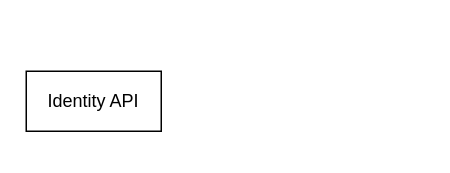
This is Untitled Diagram.drawio from pterrajkumar/Kanglei, a draw.io file, before an edit. Source tidied: cells renumbered, new cells numbered last; positions are measured from the earlier drawing's top-left corner, leaving out a move shared by most shapes. Both pictures are drawn from the tidied source at 150%, with x=0, y=0 at pixel (26, 70).
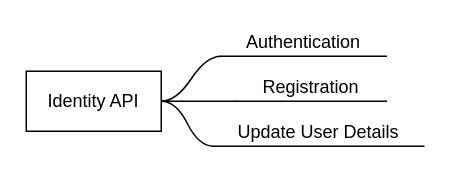
After the change.

What changed in the source:
```diff
@@
 <mxGraphModel>
   <root>
     <mxCell id="0" />
     <mxCell id="1" parent="0" />
     <mxCell id="2" value="Identity API" style="rounded=0;whiteSpace=wrap;html=1;" parent="1" vertex="1">
       <mxGeometry width="90" height="40" as="geometry" />
     </mxCell>
+    <mxCell id="3" value="Authentication" style="whiteSpace=wrap;html=1;shape=partialRectangle;top=0;left=0;bottom=1;right=0;points=[[0,1],[1,1]];strokeColor=#000000;fillColor=none;align=center;verticalAlign=bottom;routingCenterY=0.5;snapToPoint=1;" parent="1" vertex="1">
+      <mxGeometry x="130" y="-30" width="110" height="20" as="geometry" />
+    </mxCell>
+    <mxCell id="4" style="edgeStyle=entityRelationEdgeStyle;startArrow=none;endArrow=none;segment=10;curved=1;exitX=1;exitY=0.5;exitDx=0;exitDy=0;" parent="1" edge="1" source="2" target="3">
+      <mxGeometry relative="1" as="geometry" />
+    </mxCell>
+    <mxCell id="5" value="Registration" style="whiteSpace=wrap;html=1;shape=partialRectangle;top=0;left=0;bottom=1;right=0;points=[[0,1],[1,1]];strokeColor=#000000;fillColor=none;align=center;verticalAlign=bottom;routingCenterY=0.5;snapToPoint=1;" parent="1" vertex="1">
+      <mxGeometry x="140" width="100" height="20" as="geometry" />
+    </mxCell>
+    <mxCell id="6" style="edgeStyle=entityRelationEdgeStyle;startArrow=none;endArrow=none;segment=10;curved=1;" parent="1" edge="1" target="5">
+      <mxGeometry relative="1" as="geometry">
+        <mxPoint x="90" y="20" as="sourcePoint" />
+      </mxGeometry>
+    </mxCell>
+    <mxCell id="7" value="Update User Details" style="whiteSpace=wrap;html=1;shape=partialRectangle;top=0;left=0;bottom=1;right=0;points=[[0,1],[1,1]];strokeColor=#000000;fillColor=none;align=center;verticalAlign=bottom;routingCenterY=0.5;snapToPoint=1;" parent="1" vertex="1">
+      <mxGeometry x="125" y="30" width="140" height="20" as="geometry" />
+    </mxCell>
+    <mxCell id="8" style="edgeStyle=entityRelationEdgeStyle;startArrow=none;endArrow=none;segment=10;curved=1;" parent="1" edge="1" target="7">
+      <mxGeometry relative="1" as="geometry">
+        <mxPoint x="90" y="20" as="sourcePoint" />
+      </mxGeometry>
+    </mxCell>
   </root>
 </mxGraphModel>
```
